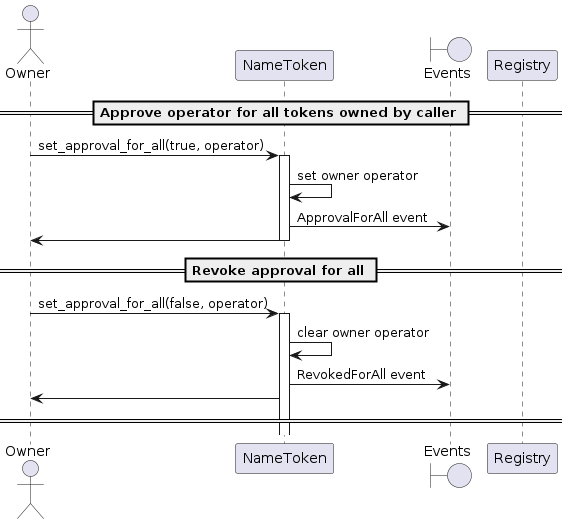
The PlantUML diagram docs/sequence-diagrams/puml/approve-for-all.png in make-software/cspr-name-contracts, before a commit.
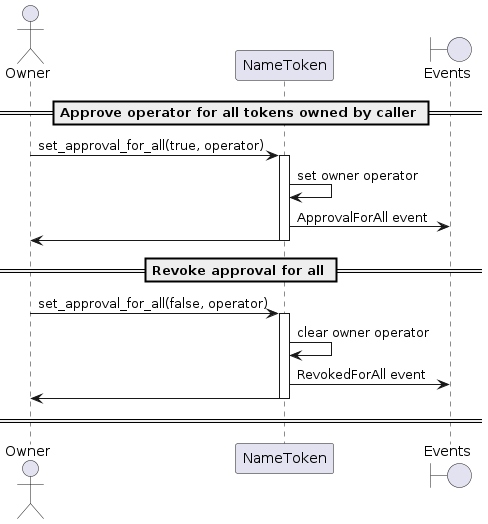
The same diagram one commit later.

Diff of the diagram source:
```diff
@@ -20,7 +20,7 @@
 NameToken -> NameToken: clear owner operator
 NameToken -> "Events": RevokedForAll event
 NameToken -> Owner
-deactivate Registry
+deactivate NameToken
 
 == ==
 
```
